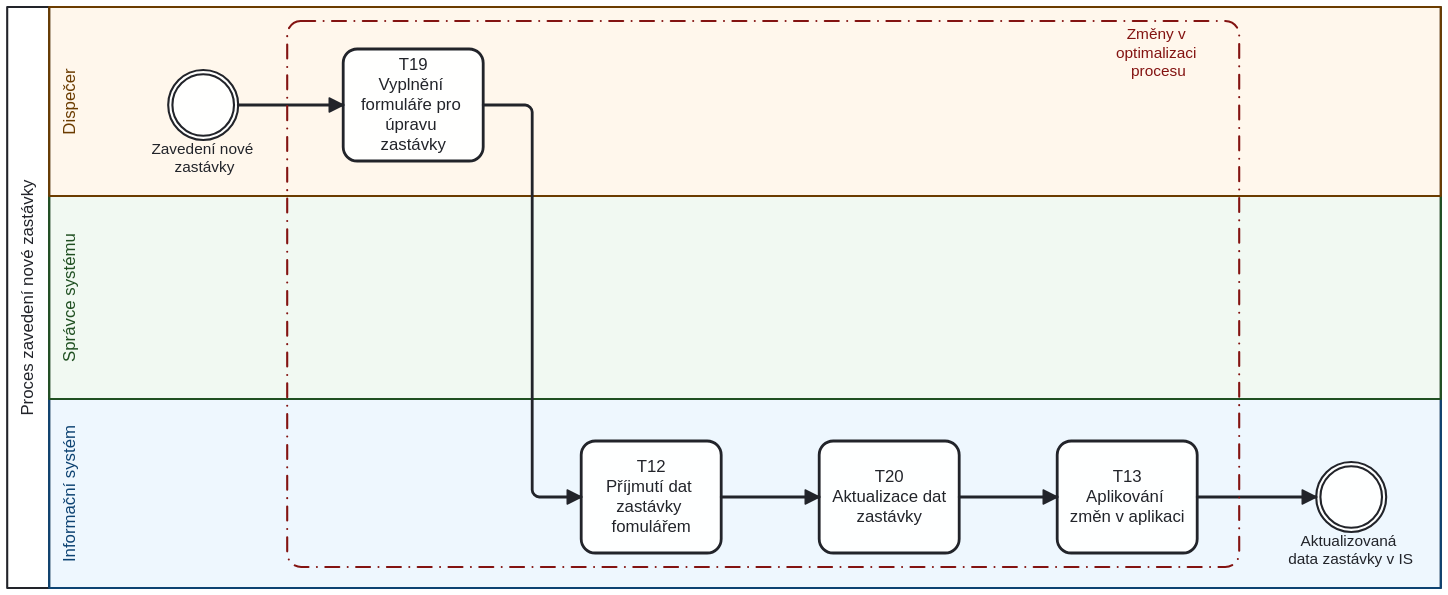
Earlier version of the BPMN export images/Pr2_v2 Zavedení nové zastávky.svg (StrangerTwo/bachelor-thesis). Its source is kept beside it as images/Pr2_v2 Zavedení nové zastávky.bpmn. Ids are renumbered.
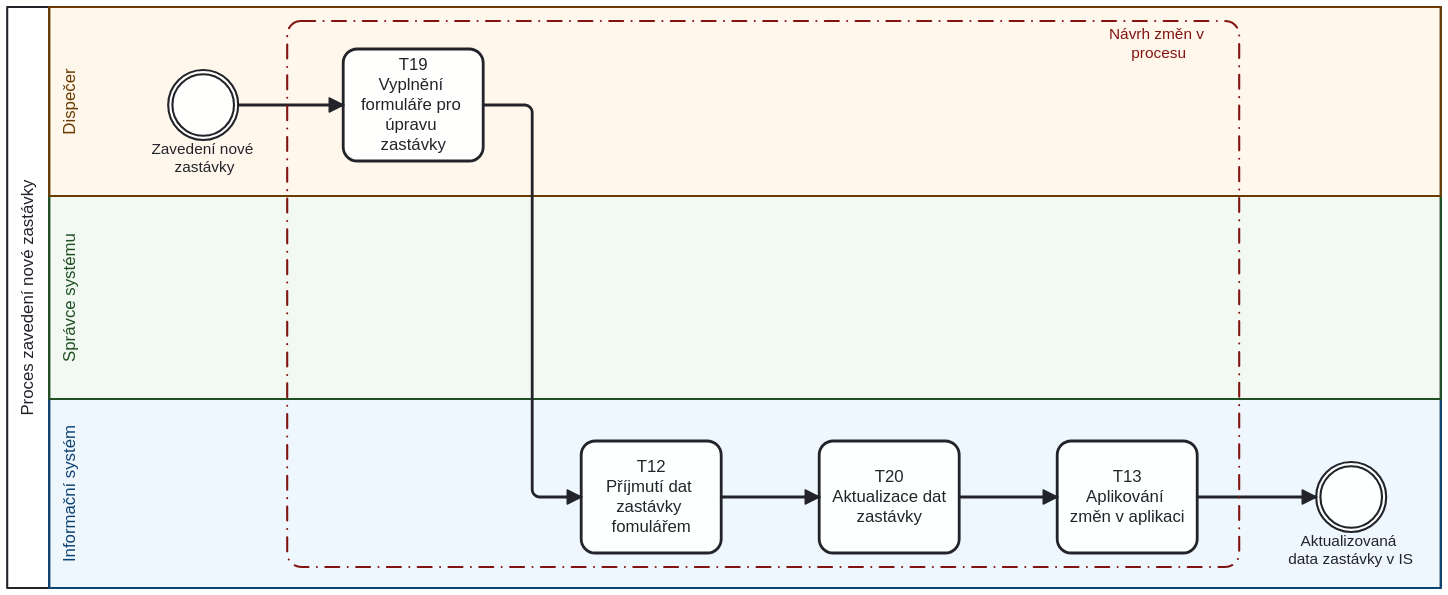
Above is the later version.

Change to the diagram source:
```diff
@@ -45,7 +45,7 @@
     </intermediateCatchEvent>
   </process>
   <category id="Category_n11">
-    <categoryValue id="CategoryValue_n2" value="Změny v optimalizaci procesu" />
+    <categoryValue id="CategoryValue_n2" value="Návrh změn v procesu" />
   </category>
   <bpmndi:BPMNDiagram id="BPMNDiagram_1">
     <bpmndi:BPMNPlane id="BPMNPlane_1" bpmnElement="Collaboration_Online_Order_Fulfillment">
@@ -116,7 +116,7 @@
       <bpmndi:BPMNShape id="Group_n1_di" bpmnElement="Group_n1" bioc:stroke="#831311" bioc:fill="#ffcdd2" color:background-color="#ffcdd2" color:border-color="#831311">
         <dc:Bounds x="330" y="70" width="680" height="390" />
         <bpmndi:BPMNLabel>
-          <dc:Bounds x="922" y="73" width="61" height="40" />
+          <dc:Bounds x="917" y="73" width="71" height="27" />
         </bpmndi:BPMNLabel>
       </bpmndi:BPMNShape>
     </bpmndi:BPMNPlane>
```
